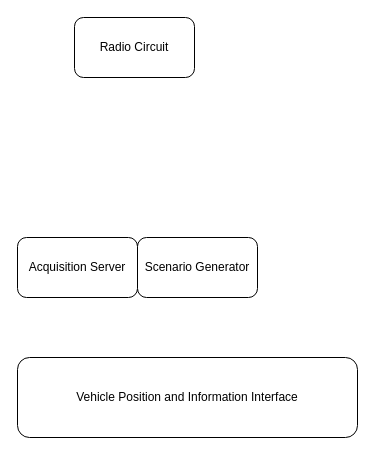
The draw.io diagram page "Blockdiagram" (1 of 3) of GNSS Datalogger Blockdiagram.drawio in torejohansson97/tightly-coupled-gnss-data-logger, before the edit. Source tidied: cells renumbered, new cells numbered last; positions are measured from the earlier drawing's top-left corner, leaving out a move shared by most shapes. Both pictures are drawn from the tidied source at 100%, with x=0, y=0 at pixel (17, 17).
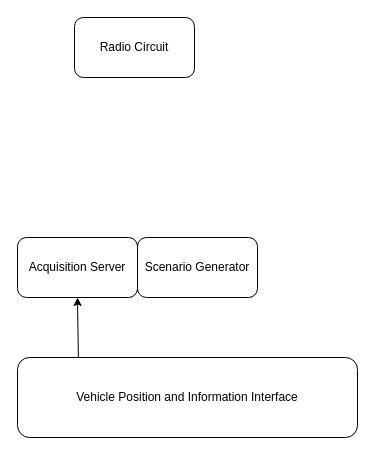
Above is the later version.

What changed in the source:
```diff
@@
 <mxGraphModel>
   <root>
     <mxCell id="0" />
     <mxCell id="1" parent="0" />
     <mxCell id="2" value="Vehicle Position and Information Interface " style="rounded=1;whiteSpace=wrap;html=1;" parent="1" vertex="1">
       <mxGeometry y="340" width="340" height="80" as="geometry" />
     </mxCell>
     <mxCell id="3" value="Acquisition Server" style="rounded=1;whiteSpace=wrap;html=1;" parent="1" vertex="1">
       <mxGeometry y="220" width="120" height="60" as="geometry" />
     </mxCell>
     <mxCell id="4" value="Scenario Generator" style="rounded=1;whiteSpace=wrap;html=1;" parent="1" vertex="1">
       <mxGeometry x="120" y="220" width="120" height="60" as="geometry" />
     </mxCell>
+    <mxCell id="6" style="endArrow=classic;html=1;rounded=0;entryX=0.5;entryY=1;entryDx=0;entryDy=0;exitX=0.179;exitY=-0.005;exitDx=0;exitDy=0;exitPerimeter=0;" parent="1" edge="1" source="2" target="3">
+      <mxGeometry relative="1" as="geometry" />
+    </mxCell>
     <mxCell id="5" value="Radio Circuit" style="rounded=1;whiteSpace=wrap;html=1;" parent="1" vertex="1">
       <mxGeometry x="57" width="120" height="60" as="geometry" />
     </mxCell>
   </root>
 </mxGraphModel>
```
